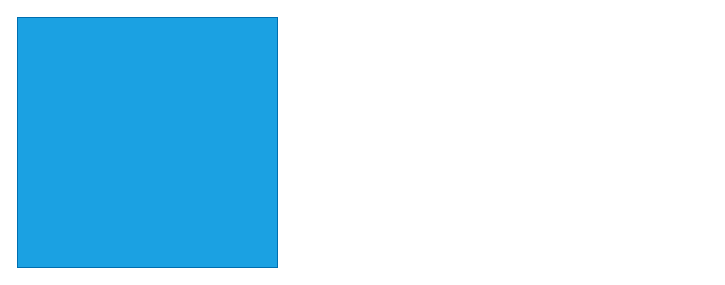
Before: page "Page-25" (25 of 25) of Untitled Diagram.drawio in zengcrvip/basedemo, a draw.io diagram. Source tidied: cells renumbered, new cells numbered last; positions are measured from the earlier drawing's top-left corner, leaving out a move shared by most shapes. Both pictures are drawn from the tidied source at 100%, with x=0, y=0 at pixel (17, 17).
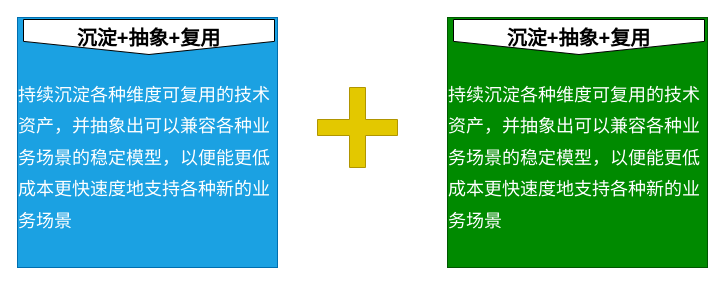
The same diagram, later.

What changed in the source:
```diff
@@
 <mxGraphModel>
   <root>
     <mxCell id="0" />
     <mxCell id="1" parent="0" />
-    <mxCell id="2" style="rounded=0;whiteSpace=wrap;html=1;fillColor=#1ba1e2;fontColor=#ffffff;strokeColor=#006EAF;" parent="1" vertex="1">
+    <mxCell id="2" value="&lt;div style=&quot;text-align: left ; line-height: 1.75&quot;&gt;&lt;font style=&quot;font-size: 18px&quot;&gt;&lt;br&gt;&lt;/font&gt;&lt;/div&gt;&lt;div style=&quot;text-align: left ; line-height: 1.75&quot;&gt;&lt;font style=&quot;font-size: 18px&quot;&gt;持续沉淀各种维度可复用的技术资产，并抽象出可以兼容各种业务场景的稳定模型，以便能更低成本更快速度地支持各种新的业务场景&lt;/font&gt;&lt;/div&gt;" style="rounded=0;whiteSpace=wrap;html=1;fillColor=#1ba1e2;fontColor=#ffffff;strokeColor=#006EAF;" parent="1" vertex="1">
       <mxGeometry width="260" height="250" as="geometry" />
     </mxCell>
+    <mxCell id="3" value="&lt;font style=&quot;font-size: 20px&quot;&gt;&lt;b&gt;沉淀+抽象+复用&lt;/b&gt;&lt;/font&gt;" style="shape=offPageConnector;whiteSpace=wrap;html=1;" parent="1" vertex="1">
+      <mxGeometry x="6" y="2" width="251" height="35" as="geometry" />
+    </mxCell>
+    <mxCell id="4" value="&lt;div style=&quot;text-align: left ; line-height: 1.75&quot;&gt;&lt;font style=&quot;font-size: 18px&quot;&gt;&lt;br&gt;&lt;/font&gt;&lt;/div&gt;&lt;div style=&quot;text-align: left ; line-height: 1.75&quot;&gt;&lt;font style=&quot;font-size: 18px&quot;&gt;持续沉淀各种维度可复用的技术资产，并抽象出可以兼容各种业务场景的稳定模型，以便能更低成本更快速度地支持各种新的业务场景&lt;/font&gt;&lt;/div&gt;" style="rounded=0;whiteSpace=wrap;html=1;fillColor=#008a00;fontColor=#ffffff;strokeColor=#005700;" parent="1" vertex="1">
+      <mxGeometry x="430" width="260" height="250" as="geometry" />
+    </mxCell>
+    <mxCell id="5" value="&lt;font style=&quot;font-size: 20px&quot;&gt;&lt;b&gt;沉淀+抽象+复用&lt;/b&gt;&lt;/font&gt;" style="shape=offPageConnector;whiteSpace=wrap;html=1;" parent="1" vertex="1">
+      <mxGeometry x="436" y="2" width="251" height="35" as="geometry" />
+    </mxCell>
+    <mxCell id="6" style="shape=cross;whiteSpace=wrap;html=1;fontSize=18;fillColor=#e3c800;fontColor=#000000;strokeColor=#B09500;" parent="1" vertex="1">
+      <mxGeometry x="300" y="70" width="80" height="80" as="geometry" />
+    </mxCell>
   </root>
 </mxGraphModel>
```
